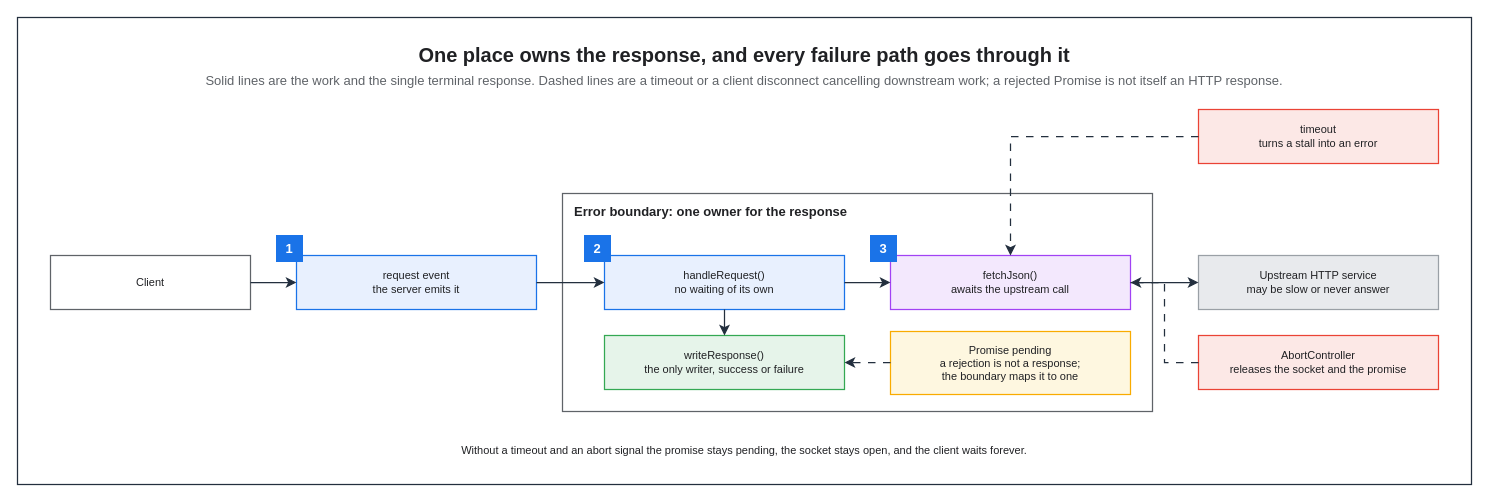
KKamJi98/kkamji98.github.io keeps this draw.io diagram as assets/img/nodejs/node-async-http-handling-flow.drawio. Above is the earlier version. Source tidied: cells renumbered, new cells numbered last; positions are measured from the earlier drawing's top-left corner, leaving out a move shared by most shapes. Both pictures are drawn from the tidied source at 100%, with x=0, y=0 at pixel (17, 17).
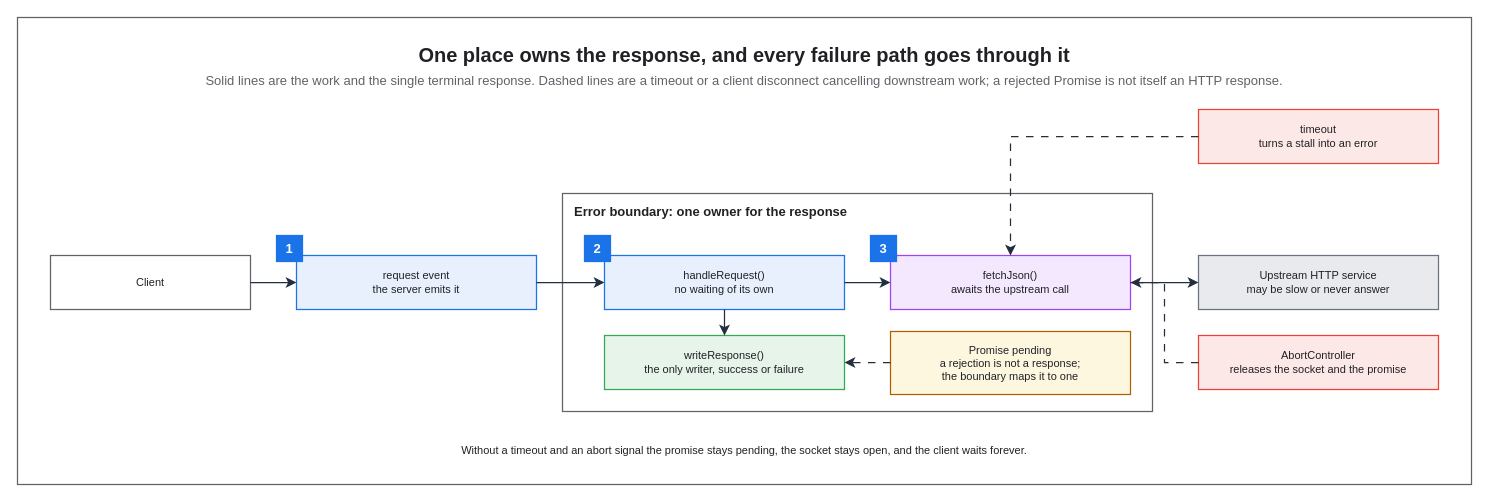
The same diagram, later.

Change to the diagram source:
```diff
@@
-    <mxCell id="2" style="rounded=0;html=0;fillColor=none;strokeColor=#232F3E;fontColor=#202124;strokeWidth=1.25;" parent="1" vertex="1">
+    <mxCell id="2" style="rounded=0;html=0;fillColor=none;strokeColor=#5F6368;fontColor=#202124;strokeWidth=1.25;" parent="1" vertex="1">
       <mxGeometry width="1454" height="467" as="geometry" />
     </mxCell>
@@
-    <mxCell id="10" value="Upstream HTTP service&#10;may be slow or never answer" style="rounded=0;whiteSpace=wrap;html=0;fillColor=#E8EAED;strokeColor=#9AA0A6;fontColor=#202124;fontSize=11;fontStyle=0;align=center;verticalAlign=middle;spacingLeft=6;spacingRight=6;strokeWidth=1.25;" parent="1" vertex="1">
+    <mxCell id="10" value="Upstream HTTP service&#10;may be slow or never answer" style="rounded=0;whiteSpace=wrap;html=0;fillColor=#E8EAED;strokeColor=#6B7280;fontColor=#202124;fontSize=11;fontStyle=0;align=center;verticalAlign=middle;spacingLeft=6;spacingRight=6;strokeWidth=1.25;" parent="1" vertex="1">
       <mxGeometry x="1181" y="238" width="240" height="54" as="geometry" />
     </mxCell>
-    <mxCell id="11" value="Promise pending&#10;a rejection is not a response;&#10;the boundary maps it to one" style="rounded=0;whiteSpace=wrap;html=0;fillColor=#FEF7E0;strokeColor=#F9AB00;fontColor=#202124;fontSize=11;fontStyle=0;align=center;verticalAlign=middle;spacingLeft=6;spacingRight=6;strokeWidth=1.25;" parent="1" vertex="1">
+    <mxCell id="11" value="Promise pending&#10;a rejection is not a response;&#10;the boundary maps it to one" style="rounded=0;whiteSpace=wrap;html=0;fillColor=#FEF7E0;strokeColor=#B06000;fontColor=#202124;fontSize=11;fontStyle=0;align=center;verticalAlign=middle;spacingLeft=6;spacingRight=6;strokeWidth=1.25;" parent="1" vertex="1">
       <mxGeometry x="873" y="314" width="240" height="63" as="geometry" />
     </mxCell>
@@
-    <mxCell id="16" value="1" style="rounded=0;whiteSpace=wrap;html=0;fillColor=#1A73E8;strokeColor=#1A73E8;fontColor=#FFFFFF;fontSize=13;fontStyle=1;align=center;verticalAlign=middle;" parent="1" vertex="1">
+    <mxCell id="16" value="1" style="rounded=0;whiteSpace=wrap;html=0;fillColor=#1A73E8;strokeColor=#1A73E8;fontColor=#FFFFFF;fontSize=13;fontStyle=1;align=center;verticalAlign=middle;strokeWidth=1.25;" parent="1" vertex="1">
       <mxGeometry x="259" y="218" width="26" height="26" as="geometry" />
     </mxCell>
-    <mxCell id="17" value="2" style="rounded=0;whiteSpace=wrap;html=0;fillColor=#1A73E8;strokeColor=#1A73E8;fontColor=#FFFFFF;fontSize=13;fontStyle=1;align=center;verticalAlign=middle;" parent="1" vertex="1">
+    <mxCell id="17" value="2" style="rounded=0;whiteSpace=wrap;html=0;fillColor=#1A73E8;strokeColor=#1A73E8;fontColor=#FFFFFF;fontSize=13;fontStyle=1;align=center;verticalAlign=middle;strokeWidth=1.25;" parent="1" vertex="1">
       <mxGeometry x="567" y="218" width="26" height="26" as="geometry" />
     </mxCell>
-    <mxCell id="18" value="3" style="rounded=0;whiteSpace=wrap;html=0;fillColor=#1A73E8;strokeColor=#1A73E8;fontColor=#FFFFFF;fontSize=13;fontStyle=1;align=center;verticalAlign=middle;" parent="1" vertex="1">
+    <mxCell id="18" value="3" style="rounded=0;whiteSpace=wrap;html=0;fillColor=#1A73E8;strokeColor=#1A73E8;fontColor=#FFFFFF;fontSize=13;fontStyle=1;align=center;verticalAlign=middle;strokeWidth=1.25;" parent="1" vertex="1">
       <mxGeometry x="853" y="218" width="26" height="26" as="geometry" />
     </mxCell>
```
